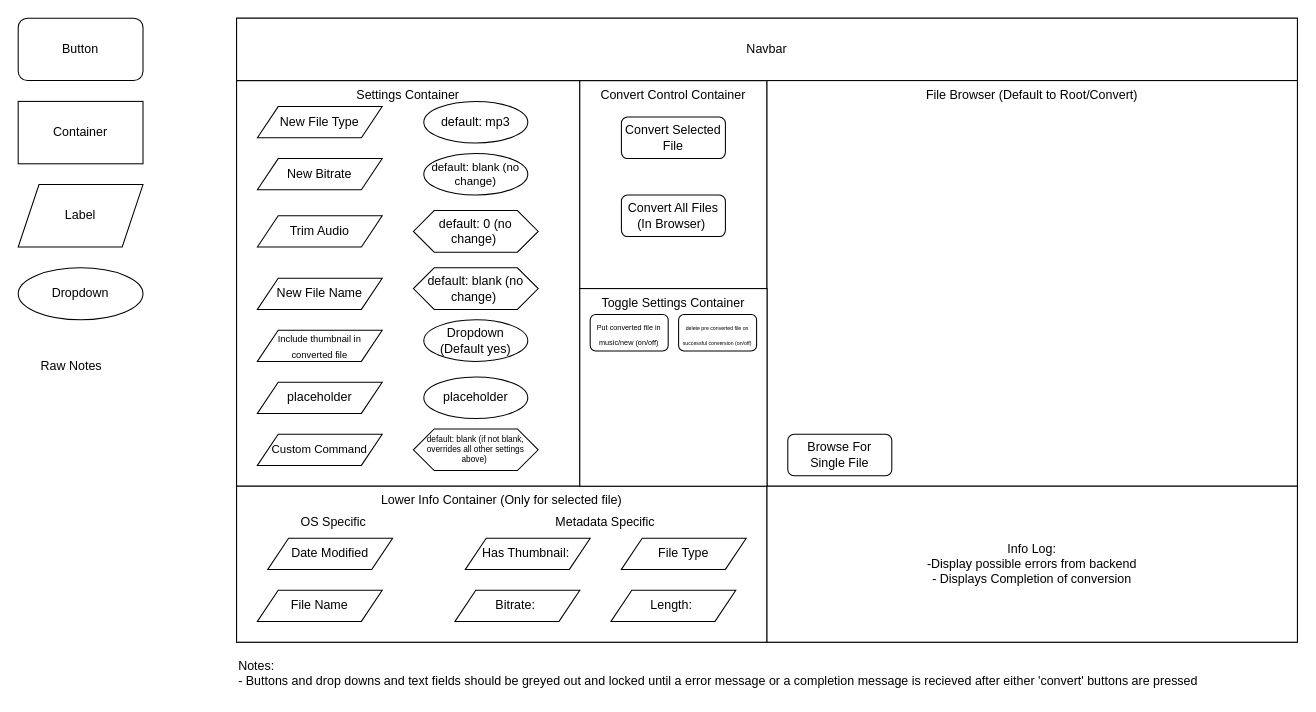
rackman404/Multimedia-Desktop-Application keeps this draw.io diagram as _Documentation/Technical/Modules/Audio/FFmpeg/frontend_mockup.drawio. Above is the earlier version. Source tidied: cells renumbered, new cells numbered last; positions are measured from the earlier drawing's top-left corner, leaving out a move shared by most shapes. Both pictures are drawn from the tidied source at 104%, with x=0, y=0 at pixel (18, 18).
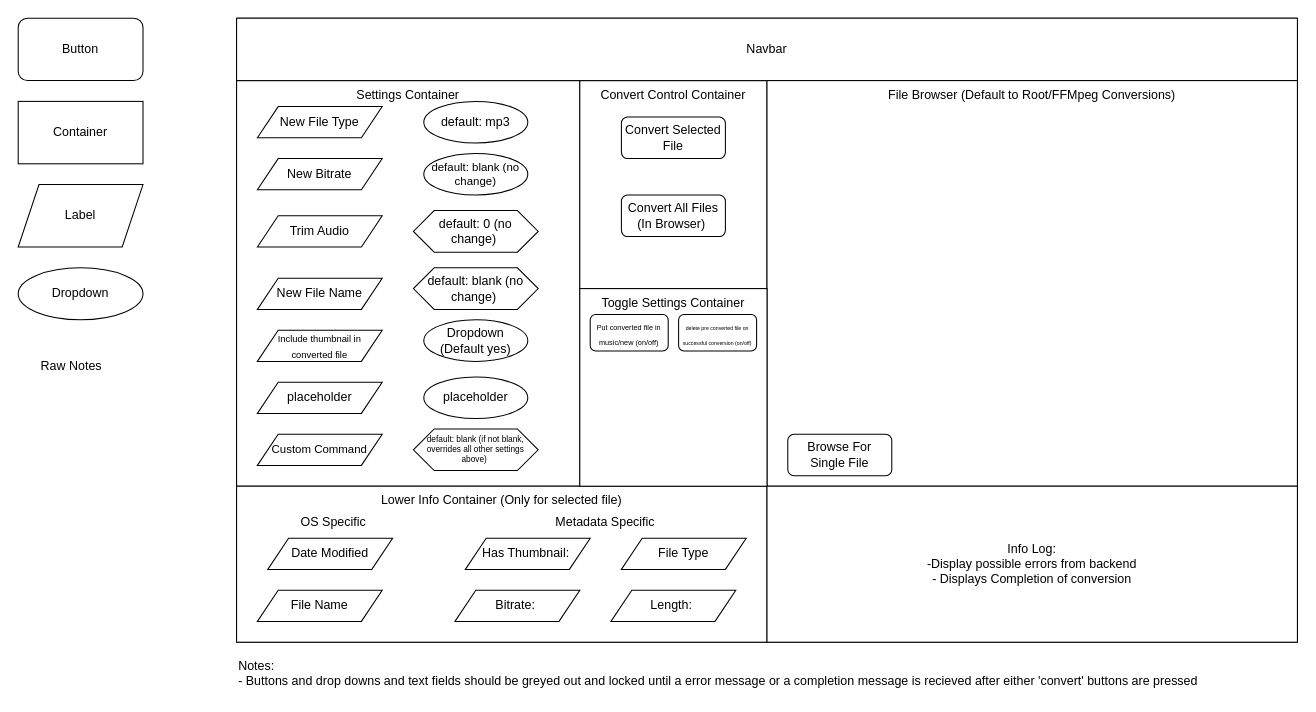
After the change.

Commit message (it also covers changes not shown here):
minor fix to translated lyrics, will appear as soon as a response from translation service is recieved

Unchanged cells that the change refers to:
```xml
<mxCell id="2" style="swimlane;startSize=0;" parent="1" vertex="1">
  <mxGeometry x="210" width="1020" height="600" as="geometry" />
</mxCell>
```

The edit, as a diff of the source:
```diff
@@
-    <mxCell id="7" value="File Browser (Default to Root/Convert)" style="rounded=0;whiteSpace=wrap;html=1;verticalAlign=top;" parent="2" vertex="1">
+    <mxCell id="7" value="File Browser (Default to Root/FFMpeg Conversions)" style="rounded=0;whiteSpace=wrap;html=1;verticalAlign=top;" parent="2" vertex="1">
       <mxGeometry x="510" y="60" width="510" height="390" as="geometry" />
     </mxCell>
```
